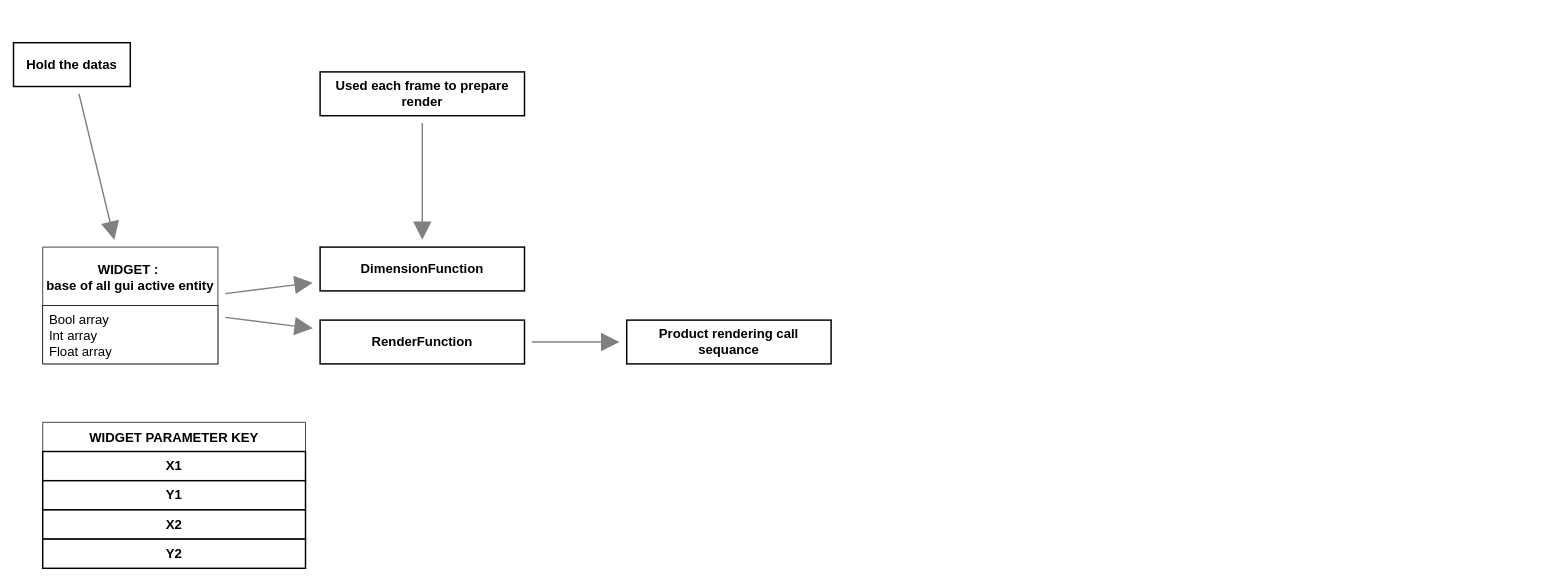
Before: page "DUMP" (1 of 5) of docu_3.drawio in akariumfish/nodulo, a draw.io diagram. Source tidied: cells renumbered, new cells numbered last; positions are measured from the earlier drawing's top-left corner, leaving out a move shared by most shapes. Both pictures are drawn from the tidied source at 73%, with x=0, y=0 at pixel (13, 42).
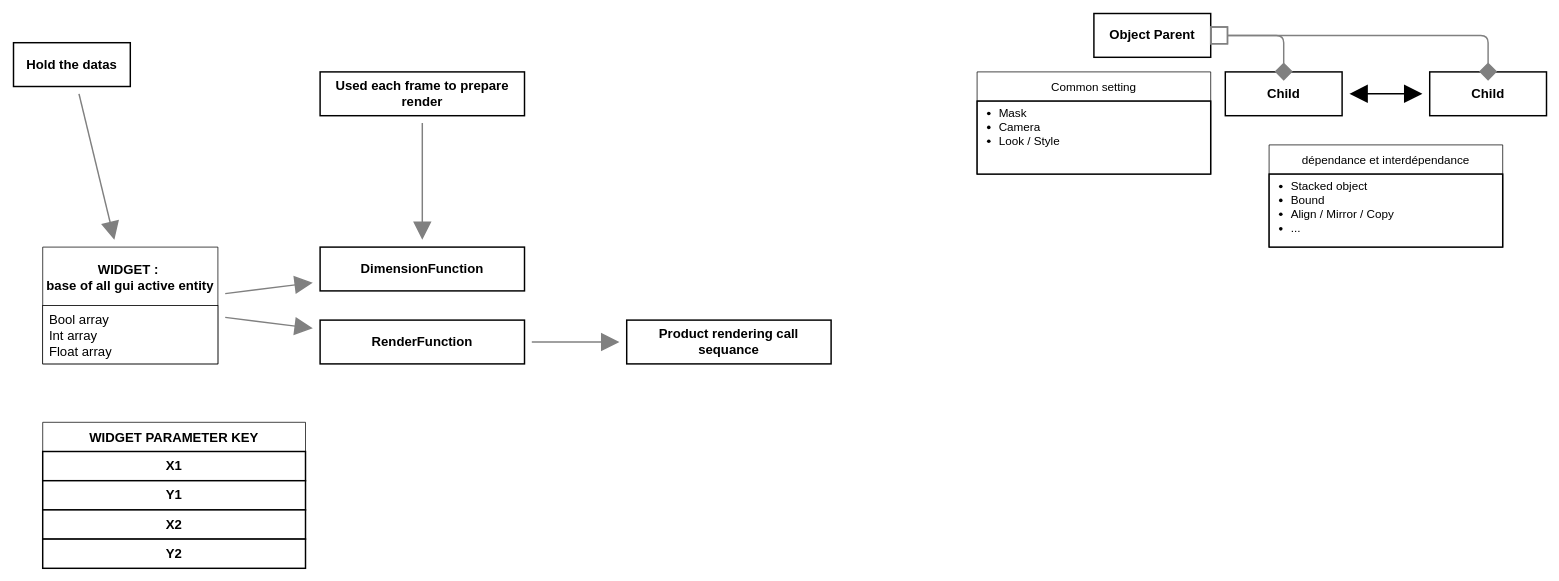
After the change.

Diff of the diagram source:
```diff
@@
+    <mxCell id="19" value="Object Parent" style="whiteSpace=wrap;html=1;fontSize=18;fontStyle=1;strokeColor=light-dark(#000000,#808080);strokeWidth=2;newEdgeStyle=%7B%22edgeStyle%22%3A%22none%22%2C%22shape%22%3A%22connector%22%2C%22curved%22%3A%221%22%2C%22rounded%22%3A%221%22%2C%22jumpStyle%22%3A%22gap%22%2C%22jumpSize%22%3A%2210%22%2C%22libavoidSpacing%22%3A%2220%22%2C%22curveGeometry%22%3A%221%22%2C%22orthogonalLoop%22%3A%221%22%2C%22jettySize%22%3A%22auto%22%2C%22html%22%3A%221%22%2C%22strokeColor%22%3A%22%23808080%22%2C%22strokeWidth%22%3A%222%22%2C%22align%22%3A%22center%22%2C%22verticalAlign%22%3A%22middle%22%2C%22fontFamily%22%3A%22Helvetica%22%2C%22fontSize%22%3A%2212%22%2C%22fontColor%22%3A%22default%22%2C%22labelBackgroundColor%22%3A%22default%22%2C%22startArrow%22%3A%22none%22%2C%22startFill%22%3A%220%22%2C%22startSize%22%3A%2220%22%2C%22endArrow%22%3A%22block%22%2C%22endFill%22%3A%221%22%2C%22endSize%22%3A%2220%22%2C%22flowAnimation%22%3A%220%22%2C%22sourcePerimeterSpacing%22%3A%2220%22%2C%22targetPerimeterSpacing%22%3A%2220%22%2C%22fixedPointSpacing%22%3A%221%22%7D;" parent="1" vertex="1">
+      <mxGeometry x="1480" y="-40" width="160" height="60" as="geometry" />
+    </mxCell>
+    <mxCell id="20" value="Child" style="whiteSpace=wrap;html=1;fontSize=18;fontStyle=1;strokeColor=light-dark(#000000,#808080);strokeWidth=2;newEdgeStyle=%7B%22edgeStyle%22%3A%22none%22%2C%22shape%22%3A%22connector%22%2C%22curved%22%3A%221%22%2C%22rounded%22%3A%221%22%2C%22jumpStyle%22%3A%22gap%22%2C%22jumpSize%22%3A%2210%22%2C%22libavoidSpacing%22%3A%2220%22%2C%22curveGeometry%22%3A%221%22%2C%22orthogonalLoop%22%3A%221%22%2C%22jettySize%22%3A%22auto%22%2C%22html%22%3A%221%22%2C%22strokeColor%22%3A%22%23808080%22%2C%22strokeWidth%22%3A%222%22%2C%22align%22%3A%22center%22%2C%22verticalAlign%22%3A%22middle%22%2C%22fontFamily%22%3A%22Helvetica%22%2C%22fontSize%22%3A%2212%22%2C%22fontColor%22%3A%22default%22%2C%22labelBackgroundColor%22%3A%22default%22%2C%22startArrow%22%3A%22none%22%2C%22startFill%22%3A%220%22%2C%22startSize%22%3A%2220%22%2C%22endArrow%22%3A%22block%22%2C%22endFill%22%3A%221%22%2C%22endSize%22%3A%2220%22%2C%22flowAnimation%22%3A%220%22%2C%22sourcePerimeterSpacing%22%3A%2220%22%2C%22targetPerimeterSpacing%22%3A%2220%22%2C%22fixedPointSpacing%22%3A%221%22%7D;" parent="1" vertex="1">
+      <mxGeometry x="1660" y="40" width="160" height="60" as="geometry" />
+    </mxCell>
+    <mxCell id="21" style="edgeStyle=orthogonalEdgeStyle;shape=connector;rounded=1;jumpStyle=gap;jumpSize=10;libavoidSpacing=20;jettySize=auto;html=1;strokeColor=light-dark(#808080,#E6E6E6);strokeWidth=2;align=center;verticalAlign=middle;fontFamily=Helvetica;fontSize=12;fontColor=default;labelBackgroundColor=default;startArrow=box;startFill=0;startSize=20;endArrow=diamond;endFill=1;endSize=20;flowAnimation=0;sourcePerimeterSpacing=0;targetPerimeterSpacing=-12;fixedPointSpacing=1;followTerminals=1;libavoidRouting=1;curved=0;" parent="1" edge="1" source="19" target="20">
+      <mxGeometry x="0.87" relative="1" as="geometry">
+        <Array as="points">
+          <mxPoint x="1740" y="-10" />
+        </Array>
+      </mxGeometry>
+    </mxCell>
+    <mxCell id="22" style="edgeStyle=none;shape=connector;curved=0;rounded=1;jumpStyle=gap;jumpSize=10;libavoidSpacing=20;jettySize=auto;html=1;strokeColor=default;strokeWidth=2;align=center;verticalAlign=middle;fontFamily=Helvetica;fontSize=12;fontColor=default;labelBackgroundColor=default;startArrow=block;startFill=1;startSize=20;endArrow=block;endFill=1;endSize=20;flowAnimation=0;sourcePerimeterSpacing=10;targetPerimeterSpacing=10;fixedPointSpacing=1;followTerminals=1;" parent="1" edge="1" source="23" target="20">
+      <mxGeometry relative="1" as="geometry" />
+    </mxCell>
+    <mxCell id="23" value="Child" style="whiteSpace=wrap;html=1;fontSize=18;fontStyle=1;strokeColor=light-dark(#000000,#808080);strokeWidth=2;newEdgeStyle=%7B%22edgeStyle%22%3A%22none%22%2C%22shape%22%3A%22connector%22%2C%22curved%22%3A%220%22%2C%22rounded%22%3A%221%22%2C%22jumpStyle%22%3A%22gap%22%2C%22jumpSize%22%3A%2210%22%2C%22libavoidSpacing%22%3A%2220%22%2C%22orthogonalLoop%22%3A%221%22%2C%22jettySize%22%3A%22auto%22%2C%22html%22%3A%221%22%2C%22strokeColor%22%3A%22default%22%2C%22strokeWidth%22%3A%222%22%2C%22align%22%3A%22center%22%2C%22verticalAlign%22%3A%22middle%22%2C%22fontFamily%22%3A%22Helvetica%22%2C%22fontSize%22%3A%2212%22%2C%22fontColor%22%3A%22default%22%2C%22labelBackgroundColor%22%3A%22default%22%2C%22startArrow%22%3A%22none%22%2C%22startFill%22%3A%220%22%2C%22startSize%22%3A%2220%22%2C%22endArrow%22%3A%22block%22%2C%22endFill%22%3A%221%22%2C%22endSize%22%3A%2220%22%2C%22flowAnimation%22%3A%220%22%2C%22sourcePerimeterSpacing%22%3A%2210%22%2C%22targetPerimeterSpacing%22%3A%2210%22%2C%22fixedPointSpacing%22%3A%221%22%2C%22followTerminals%22%3A%221%22%7D;" parent="1" vertex="1">
+      <mxGeometry x="1940" y="40" width="160" height="60" as="geometry" />
+    </mxCell>
+    <mxCell id="24" style="edgeStyle=orthogonalEdgeStyle;shape=connector;rounded=1;jumpStyle=gap;jumpSize=10;libavoidSpacing=20;jettySize=auto;html=1;strokeColor=light-dark(#808080,#E6E6E6);strokeWidth=2;align=center;verticalAlign=middle;fontFamily=Helvetica;fontSize=12;fontColor=default;labelBackgroundColor=default;startArrow=box;startFill=0;startSize=20;endArrow=diamond;endFill=1;endSize=20;flowAnimation=0;sourcePerimeterSpacing=0;targetPerimeterSpacing=-12;fixedPointSpacing=1;followTerminals=1;libavoidRouting=1;curved=0;" parent="1" edge="1" source="19" target="23">
+      <mxGeometry x="0.66" relative="1" as="geometry">
+        <Array as="points">
+          <mxPoint x="2020" y="-10" />
+        </Array>
+      </mxGeometry>
+    </mxCell>
+    <mxCell id="25" value="dépendance et interdépendance" style="swimlane;fontStyle=0;horizontal=1;startSize=40;fillColor=default;swimlaneFillColor=none;fontSize=16;align=center;spacing=10;" parent="1" vertex="1">
+      <mxGeometry x="1720" y="140" width="320" height="140" as="geometry" />
+    </mxCell>
+    <mxCell id="26" value="&lt;ul style=&quot;padding-left: 20px; margin-top: 0px; margin-bottom: 0px; padding-bottom: 0px;&quot;&gt;&lt;li&gt;Stacked object&lt;/li&gt;&lt;li&gt;Bound&lt;/li&gt;&lt;li&gt;Align / Mirror / Copy&lt;/li&gt;&lt;li&gt;...&amp;nbsp;&lt;/li&gt;&lt;/ul&gt;" style="whiteSpace=wrap;html=1;fontSize=16;fontStyle=0;strokeColor=light-dark(#000000,#808080);strokeWidth=2;newEdgeStyle=%7B%22edgeStyle%22%3A%22none%22%2C%22shape%22%3A%22connector%22%2C%22curved%22%3A%221%22%2C%22rounded%22%3A%221%22%2C%22jumpStyle%22%3A%22gap%22%2C%22jumpSize%22%3A%2210%22%2C%22libavoidSpacing%22%3A%2220%22%2C%22curveGeometry%22%3A%221%22%2C%22orthogonalLoop%22%3A%221%22%2C%22jettySize%22%3A%22auto%22%2C%22html%22%3A%221%22%2C%22strokeColor%22%3A%22%23808080%22%2C%22strokeWidth%22%3A%222%22%2C%22align%22%3A%22center%22%2C%22verticalAlign%22%3A%22middle%22%2C%22fontFamily%22%3A%22Helvetica%22%2C%22fontSize%22%3A%2212%22%2C%22fontColor%22%3A%22default%22%2C%22labelBackgroundColor%22%3A%22default%22%2C%22startArrow%22%3A%22none%22%2C%22startFill%22%3A%220%22%2C%22startSize%22%3A%2220%22%2C%22endArrow%22%3A%22block%22%2C%22endFill%22%3A%221%22%2C%22endSize%22%3A%2220%22%2C%22flowAnimation%22%3A%220%22%2C%22sourcePerimeterSpacing%22%3A%2220%22%2C%22targetPerimeterSpacing%22%3A%2220%22%2C%22fixedPointSpacing%22%3A%221%22%7D;align=left;verticalAlign=top;spacingLeft=8;spacing=2;" parent="25" vertex="1">
+      <mxGeometry y="40" width="320" height="100" as="geometry" />
+    </mxCell>
+    <mxCell id="27" value="Common setting" style="swimlane;fontStyle=0;horizontal=1;startSize=40;fillColor=default;swimlaneFillColor=none;fontSize=16;align=center;spacing=10;" parent="1" vertex="1">
+      <mxGeometry x="1320" y="40" width="320" height="140" as="geometry" />
+    </mxCell>
+    <mxCell id="28" value="&lt;ul style=&quot;padding-left: 20px; margin-top: 0px; margin-bottom: 0px; padding-bottom: 0px;&quot;&gt;&lt;li&gt;Mask&lt;/li&gt;&lt;li&gt;Camera&lt;/li&gt;&lt;li&gt;Look / Style&lt;/li&gt;&lt;/ul&gt;" style="whiteSpace=wrap;html=1;fontSize=16;fontStyle=0;strokeColor=light-dark(#000000,#808080);strokeWidth=2;newEdgeStyle=%7B%22edgeStyle%22%3A%22none%22%2C%22shape%22%3A%22connector%22%2C%22curved%22%3A%221%22%2C%22rounded%22%3A%221%22%2C%22jumpStyle%22%3A%22gap%22%2C%22jumpSize%22%3A%2210%22%2C%22libavoidSpacing%22%3A%2220%22%2C%22curveGeometry%22%3A%221%22%2C%22orthogonalLoop%22%3A%221%22%2C%22jettySize%22%3A%22auto%22%2C%22html%22%3A%221%22%2C%22strokeColor%22%3A%22%23808080%22%2C%22strokeWidth%22%3A%222%22%2C%22align%22%3A%22center%22%2C%22verticalAlign%22%3A%22middle%22%2C%22fontFamily%22%3A%22Helvetica%22%2C%22fontSize%22%3A%2212%22%2C%22fontColor%22%3A%22default%22%2C%22labelBackgroundColor%22%3A%22default%22%2C%22startArrow%22%3A%22none%22%2C%22startFill%22%3A%220%22%2C%22startSize%22%3A%2220%22%2C%22endArrow%22%3A%22block%22%2C%22endFill%22%3A%221%22%2C%22endSize%22%3A%2220%22%2C%22flowAnimation%22%3A%220%22%2C%22sourcePerimeterSpacing%22%3A%2220%22%2C%22targetPerimeterSpacing%22%3A%2220%22%2C%22fixedPointSpacing%22%3A%221%22%7D;align=left;verticalAlign=top;spacingLeft=8;spacing=2;" parent="27" vertex="1">
+      <mxGeometry y="40" width="320" height="100" as="geometry" />
+    </mxCell>
```
